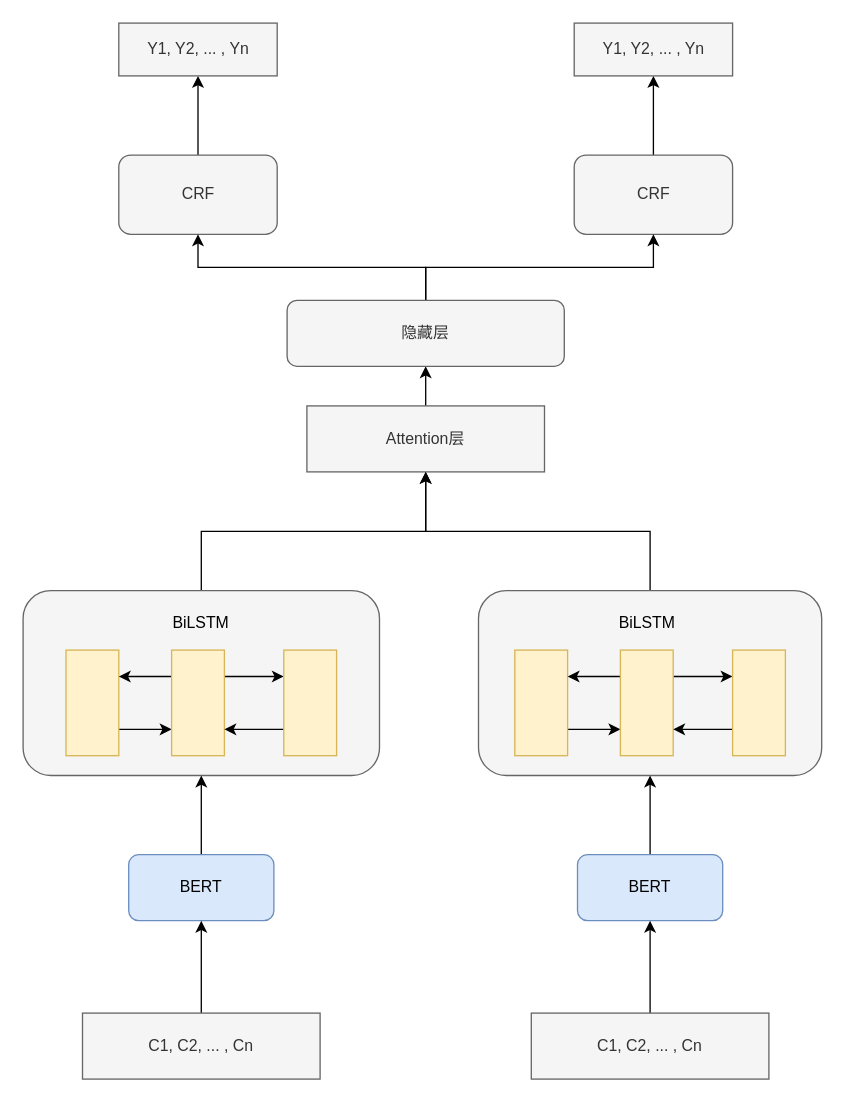
Above: Untitled Diagram.drawio in hypzz0627/gitStudy (draw.io), before the change. Source tidied: cells renumbered, new cells numbered last; positions are measured from the earlier drawing's top-left corner, leaving out a move shared by most shapes. Both pictures are drawn from the tidied source at 132%, with x=0, y=0 at pixel (22, 22).
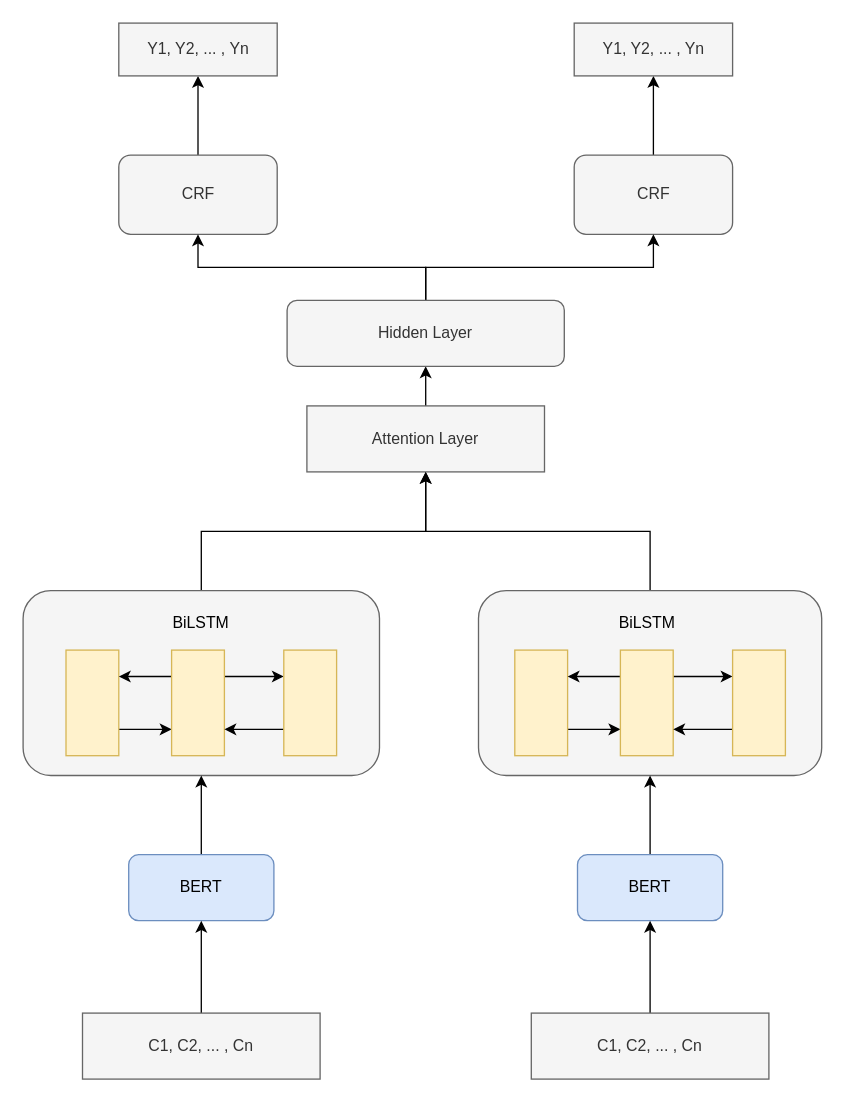
Above is the later version.

Diff of the diagram source:
```diff
@@
-    <mxCell id="8" value="Attention层" style="rounded=0;whiteSpace=wrap;html=1;fillColor=#f5f5f5;fontColor=#333333;strokeColor=#666666;" parent="1" vertex="1">
+    <mxCell id="8" value="Attention Layer" style="rounded=0;whiteSpace=wrap;html=1;fillColor=#f5f5f5;fontColor=#333333;strokeColor=#666666;" parent="1" vertex="1">
       <mxGeometry x="215" y="290" width="180" height="50" as="geometry" />
     </mxCell>
@@
-    <mxCell id="25" value="隐藏层" style="rounded=1;whiteSpace=wrap;html=1;fillColor=#f5f5f5;fontColor=#333333;strokeColor=#666666;" parent="1" vertex="1">
+    <mxCell id="25" value="Hidden Layer" style="rounded=1;whiteSpace=wrap;html=1;fillColor=#f5f5f5;fontColor=#333333;strokeColor=#666666;" parent="1" vertex="1">
       <mxGeometry x="200" y="210" width="210" height="50" as="geometry" />
     </mxCell>
```
